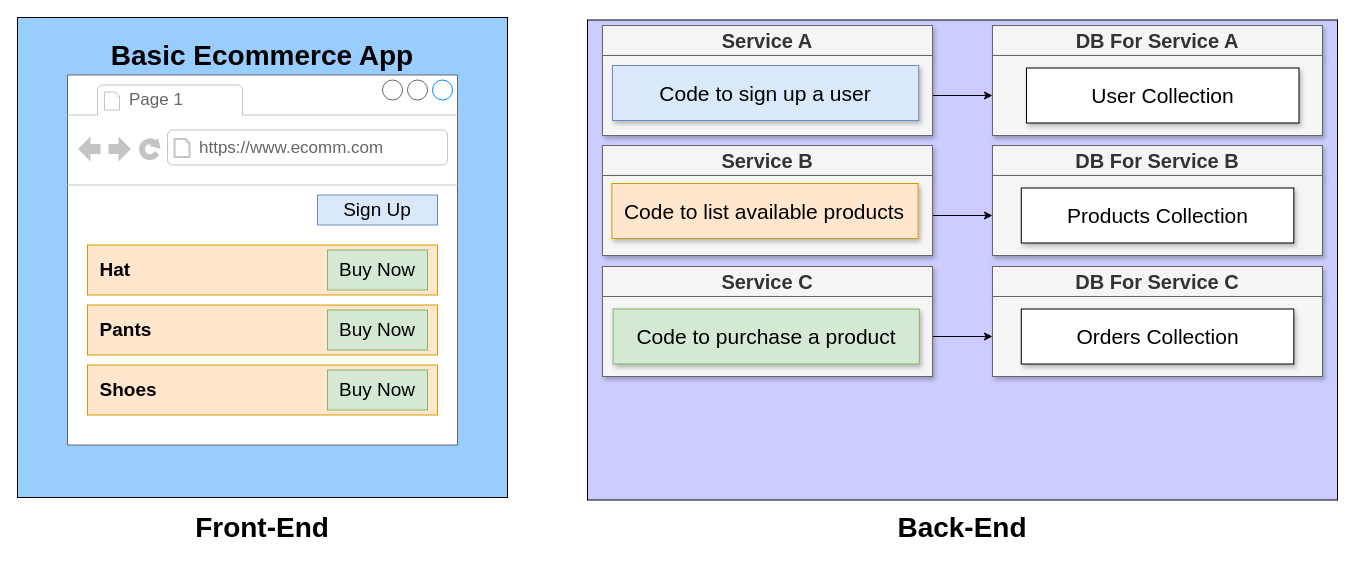
Earlier version of the draw.io diagram page "06" (7 of 8) of class/03-basic-micro-services/03-basic-micro-services.drawio (scalable-web-systems/497s-F22). Source tidied: cells renumbered, new cells numbered last; positions are measured from the earlier drawing's top-left corner, leaving out a move shared by most shapes. Both pictures are drawn from the tidied source at 100%, with x=0, y=0 at pixel (17, 17).
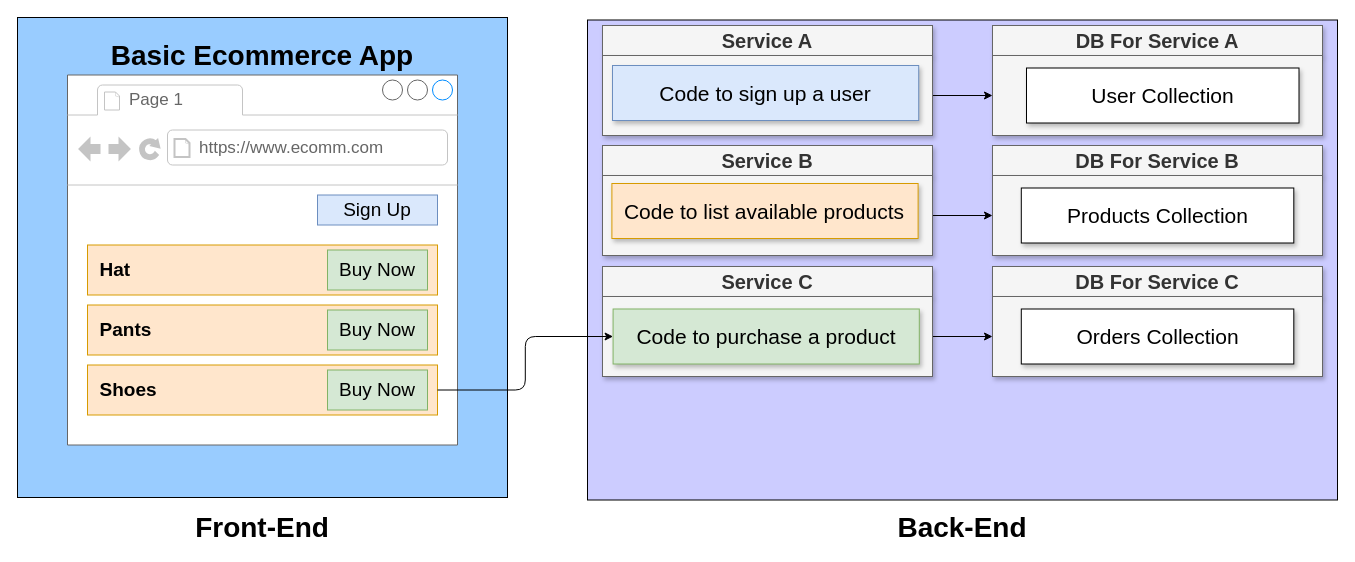
After the change.

Unchanged cells that the change refers to:
```xml
<mxCell id="10" value="&amp;nbsp; Shoes" style="rounded=0;whiteSpace=wrap;html=1;shadow=0;fontSize=19;align=left;fillColor=#ffe6cc;strokeColor=#d79b00;fontStyle=1;" parent="4" vertex="1">
  <mxGeometry x="20" y="290" width="350" height="50" as="geometry" />
</mxCell>
<mxCell id="28" value="Code to purchase a product" style="rounded=0;whiteSpace=wrap;html=1;shadow=1;fontSize=21;fillColor=#d5e8d4;strokeColor=#82b366;" parent="1" vertex="1">
  <mxGeometry x="595.6" y="291.5" width="306.2" height="55" as="geometry" />
</mxCell>
```

Diff of the diagram source:
```diff
@@
+    <mxCell id="38" style="edgeStyle=orthogonalEdgeStyle;html=1;exitX=1;exitY=0.5;exitDx=0;exitDy=0;entryX=0;entryY=0.5;entryDx=0;entryDy=0;" parent="1" edge="1" source="10" target="28">
+      <mxGeometry relative="1" as="geometry" />
+    </mxCell>
```
